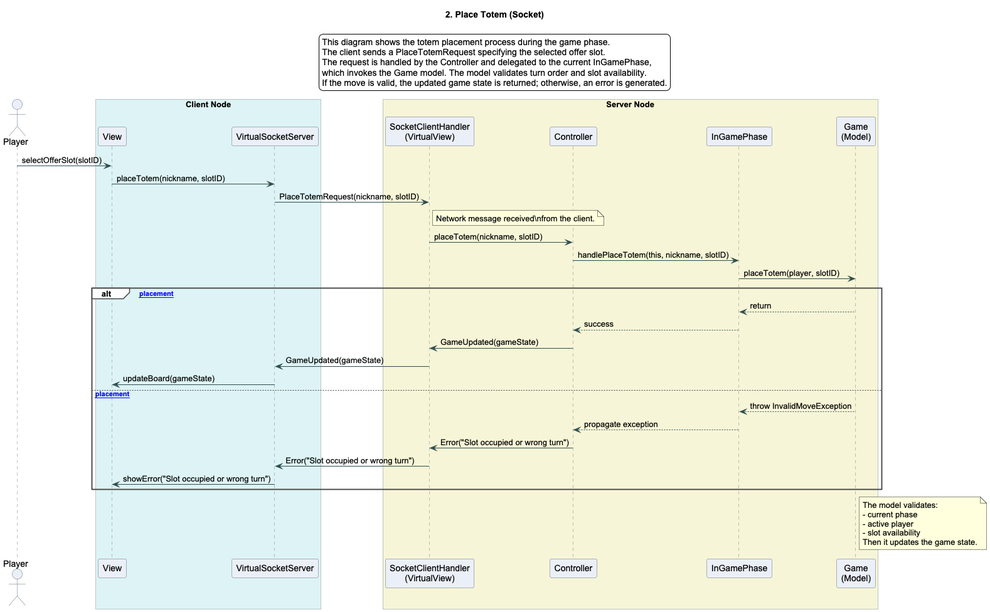
dnettaa/Mesos-Software-Engineering-Polimi keeps this PlantUML diagram as Mesos/deliverables/homework/sequence-diagrams/place-totem-socket.png. Above is the earlier version.
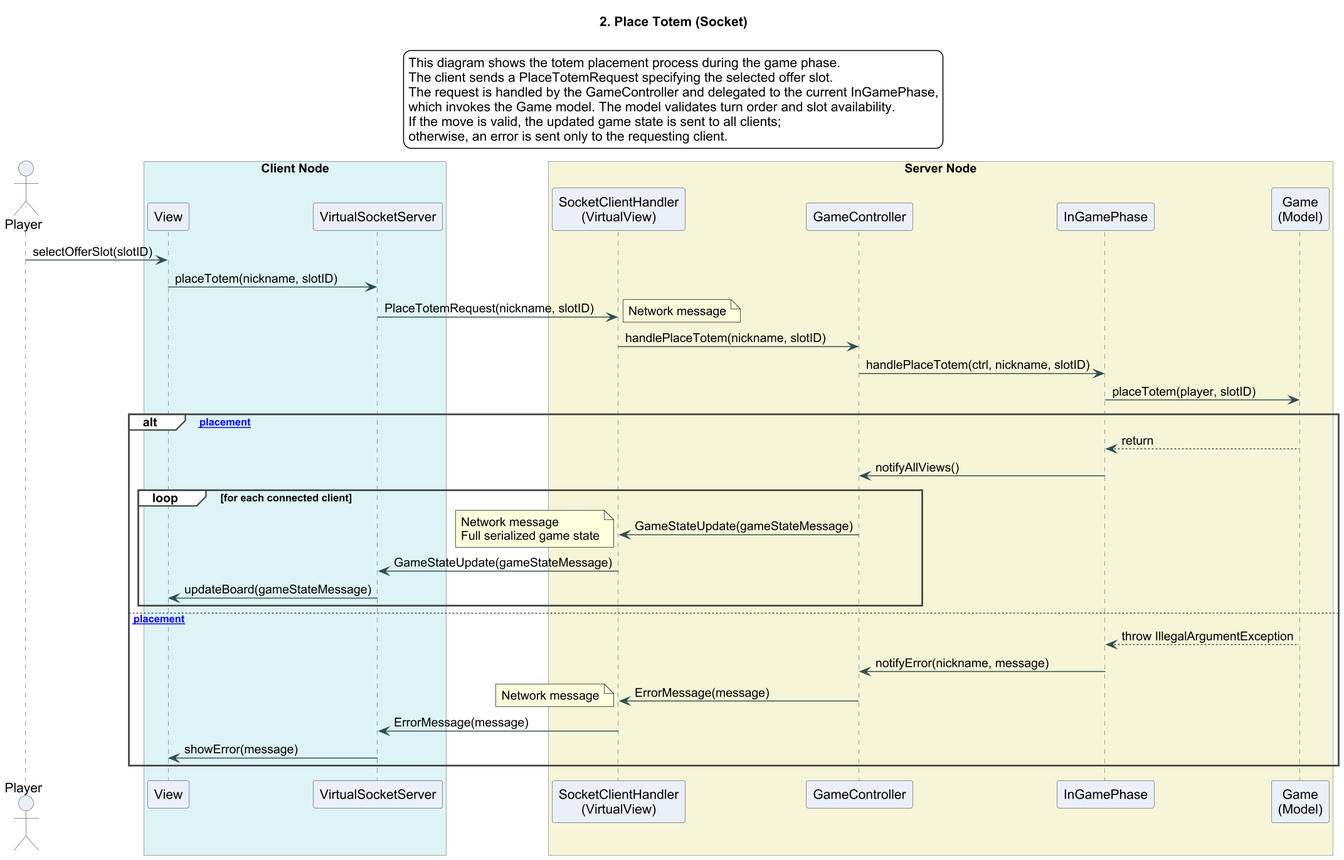
Later version of the same file.

Commit message:
Homework: sequence-diagrams and model class-diagram

The edit, as a diff of the source:
```diff
@@ -4,9 +4,10 @@
 legend top
 This diagram shows the totem placement process during the game phase.
 The client sends a PlaceTotemRequest specifying the selected offer slot.
-The request is handled by the Controller and delegated to the current InGamePhase,
+The request is handled by the GameController and delegated to the current InGamePhase,
 which invokes the Game model. The model validates turn order and slot availability.
-If the move is valid, the updated game state is returned; otherwise, an error is generated.
+If the move is valid, the updated game state is sent to all clients;
+otherwise, an error is sent only to the requesting client.
 endlegend
 
 skinparam backgroundColor white
@@ -35,7 +36,7 @@
 
 box "Server Node" #F7F5D6
 participant "SocketClientHandler\n(VirtualView)" as Handler
-participant Controller
+participant GameController
 participant InGamePhase
 participant "Game\n(Model)" as Game
 end box
@@ -43,35 +44,30 @@
 Player -> View : selectOfferSlot(slotID)
 View -> VirtualSocketServer : placeTotem(nickname, slotID)
 VirtualSocketServer -> Handler : PlaceTotemRequest(nickname, slotID)
+note right : Network message
 
-note right of Handler
-Network message received\nfrom the client.
-end note
-
-Handler -> Controller : placeTotem(nickname, slotID)
-Controller -> InGamePhase : handlePlaceTotem(this, nickname, slotID)
+Handler -> GameController : handlePlaceTotem(nickname, slotID)
+GameController -> InGamePhase : handlePlaceTotem(ctrl, nickname, slotID)
 InGamePhase -> Game : placeTotem(player, slotID)
 
 alt [Valid placement]
     Game --> InGamePhase : return
-    InGamePhase --> Controller : success
-    Controller -> Handler : GameUpdated(gameState)
-    Handler -> VirtualSocketServer : GameUpdated(gameState)
-    VirtualSocketServer -> View : updateBoard(gameState)
+    InGamePhase -> GameController : notifyAllViews()
+
+    loop for each connected client
+        GameController -> Handler : GameStateUpdate(gameStateMessage)
+        note left : Network message\nFull serialized game state
+        Handler -> VirtualSocketServer : GameStateUpdate(gameStateMessage)
+        VirtualSocketServer -> View : updateBoard(gameStateMessage)
+    end
+
 else [Invalid placement]
-    Game --> InGamePhase : throw InvalidMoveException
-    InGamePhase --> Controller : propagate exception
-    Controller -> Handler : Error("Slot occupied or wrong turn")
-    Handler -> VirtualSocketServer : Error("Slot occupied or wrong turn")
-    VirtualSocketServer -> View : showError("Slot occupied or wrong turn")
+    Game --> InGamePhase : throw IllegalArgumentException
+    InGamePhase -> GameController : notifyError(nickname, message)
+    GameController -> Handler : ErrorMessage(message)
+    note left : Network message
+    Handler -> VirtualSocketServer : ErrorMessage(message)
+    VirtualSocketServer -> View : showError(message)
 end
 
-note right of Game
-The model validates:
-- current phase
-- active player
-- slot availability
-Then it updates the game state.
-end note
-
 @enduml
```
